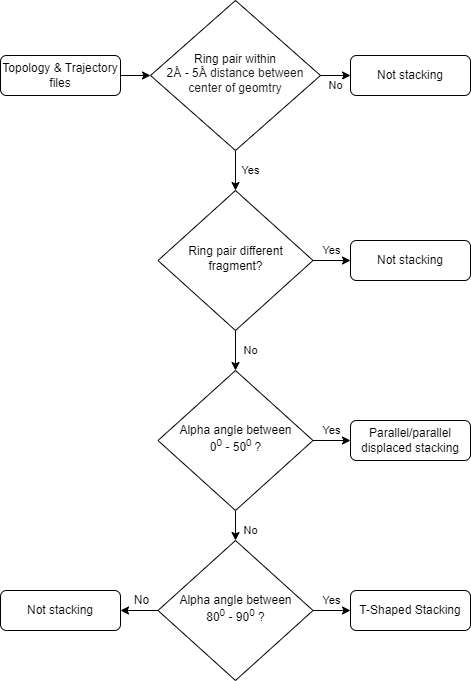
Earlier version of the draw.io export docs/work_flow.drawio.png (TristanSJones/armadillo). Source tidied: cells renumbered, new cells last; positions are measured from the earlier drawing's top-left corner, leaving out a move shared by most shapes. Source of this version:
```xml
<mxGraphModel>
  <root>
    <mxCell id="0" />
    <mxCell id="1" parent="0" />
    <mxCell id="2" style="edgeStyle=orthogonalEdgeStyle;rounded=0;jettySize=auto;html=1;exitX=1;exitY=0.5;exitDx=0;exitDy=0;entryX=0;entryY=0.5;entryDx=0;entryDy=0;" parent="1" edge="1" source="3" target="6">
      <mxGeometry relative="1" as="geometry" />
    </mxCell>
    <mxCell id="3" value="Topology &amp;amp; Trajectory files" style="rounded=1;whiteSpace=wrap;html=1;fontSize=12;glass=0;strokeWidth=1;shadow=0;" parent="1" vertex="1">
      <mxGeometry y="55" width="120" height="40" as="geometry" />
    </mxCell>
    <mxCell id="4" value="Yes" style="edgeStyle=orthogonalEdgeStyle;rounded=0;jettySize=auto;html=1;exitX=0.5;exitY=1;exitDx=0;exitDy=0;entryX=0.5;entryY=0;entryDx=0;entryDy=0;" parent="1" edge="1" source="6" target="10">
      <mxGeometry y="15" relative="1" as="geometry" />
    </mxCell>
    <mxCell id="5" value="No" style="edgeStyle=orthogonalEdgeStyle;rounded=0;jettySize=auto;html=1;exitX=1;exitY=0.5;exitDx=0;exitDy=0;" parent="1" edge="1" source="6" target="7">
      <mxGeometry y="10" relative="1" as="geometry" />
    </mxCell>
    <mxCell id="6" value="&lt;font style=&quot;font-size: 12px;&quot;&gt;Ring pair within &lt;br&gt;2&lt;span style=&quot;color: rgb(32, 33, 36); text-align: left; background-color: rgb(255, 255, 255);&quot;&gt;Å&amp;nbsp;&lt;/span&gt;- 5&lt;span style=&quot;color: rgb(32, 33, 36); text-align: left; background-color: rgb(255, 255, 255);&quot;&gt;Å distance between center of geomtry&lt;/span&gt;&lt;/font&gt;" style="rhombus;whiteSpace=wrap;html=1;shadow=0;fontFamily=Helvetica;fontSize=12;align=center;strokeWidth=1;spacing=6;spacingTop=-4;" parent="1" vertex="1">
      <mxGeometry x="150" width="170" height="150" as="geometry" />
    </mxCell>
    <mxCell id="7" value="Not stacking" style="rounded=1;whiteSpace=wrap;html=1;fontSize=12;glass=0;strokeWidth=1;shadow=0;" parent="1" vertex="1">
      <mxGeometry x="350" y="55" width="120" height="40" as="geometry" />
    </mxCell>
    <mxCell id="8" value="No" style="edgeStyle=orthogonalEdgeStyle;rounded=0;jettySize=auto;html=1;exitX=0.5;exitY=1;exitDx=0;exitDy=0;entryX=0.5;entryY=0;entryDx=0;entryDy=0;" parent="1" edge="1" source="10" target="14">
      <mxGeometry y="15" relative="1" as="geometry" />
    </mxCell>
    <mxCell id="9" value="Yes" style="edgeStyle=orthogonalEdgeStyle;rounded=0;jettySize=auto;html=1;exitX=1;exitY=0.5;exitDx=0;exitDy=0;entryX=0;entryY=0.5;entryDx=0;entryDy=0;" parent="1" edge="1" source="10" target="11">
      <mxGeometry x="-0.07" y="10" relative="1" as="geometry">
        <mxPoint x="1" as="offset" />
      </mxGeometry>
    </mxCell>
    <mxCell id="10" value="Ring pair different fragment?" style="rhombus;whiteSpace=wrap;html=1;shadow=0;fontFamily=Helvetica;fontSize=12;align=center;strokeWidth=1;spacing=6;spacingTop=-4;" parent="1" vertex="1">
      <mxGeometry x="157.5" y="190" width="155" height="140" as="geometry" />
    </mxCell>
    <mxCell id="11" value="Not stacking" style="rounded=1;whiteSpace=wrap;html=1;fontSize=12;glass=0;strokeWidth=1;shadow=0;" parent="1" vertex="1">
      <mxGeometry x="350" y="240" width="120" height="40" as="geometry" />
    </mxCell>
    <mxCell id="12" value="Yes" style="edgeStyle=orthogonalEdgeStyle;rounded=0;jettySize=auto;html=1;entryX=0;entryY=0.5;entryDx=0;entryDy=0;" parent="1" edge="1" source="14" target="15">
      <mxGeometry x="0.06" y="10" relative="1" as="geometry">
        <mxPoint y="-20" as="offset" />
      </mxGeometry>
    </mxCell>
    <mxCell id="13" value="No" style="edgeStyle=orthogonalEdgeStyle;rounded=0;jettySize=auto;html=1;exitX=0.5;exitY=1;exitDx=0;exitDy=0;entryX=0.5;entryY=0;entryDx=0;entryDy=0;" parent="1" edge="1" source="14" target="18">
      <mxGeometry x="0.33" y="15" relative="1" as="geometry" />
    </mxCell>
    <mxCell id="14" value="Alpha angle between &lt;br&gt;0&lt;sup&gt;0&lt;/sup&gt; - 50&lt;sup&gt;0&amp;nbsp;&lt;/sup&gt;?" style="rhombus;whiteSpace=wrap;html=1;shadow=0;fontFamily=Helvetica;fontSize=12;align=center;strokeWidth=1;spacing=6;spacingTop=-4;" parent="1" vertex="1">
      <mxGeometry x="157.5" y="370" width="155" height="140" as="geometry" />
    </mxCell>
    <mxCell id="15" value="Parallel/parallel displaced stacking" style="rounded=1;whiteSpace=wrap;html=1;fontSize=12;glass=0;strokeWidth=1;shadow=0;" parent="1" vertex="1">
      <mxGeometry x="350" y="420" width="120" height="40" as="geometry" />
    </mxCell>
    <mxCell id="16" value="Yes" style="edgeStyle=orthogonalEdgeStyle;rounded=0;jettySize=auto;html=1;entryX=0;entryY=0.5;entryDx=0;entryDy=0;" parent="1" edge="1" source="18" target="19">
      <mxGeometry x="0.06" y="10" relative="1" as="geometry">
        <mxPoint y="-20" as="offset" />
      </mxGeometry>
    </mxCell>
    <mxCell id="17" value="No" style="edgeStyle=orthogonalEdgeStyle;rounded=0;jettySize=auto;html=1;exitX=0;exitY=0.5;exitDx=0;exitDy=0;entryX=1;entryY=0.5;entryDx=0;entryDy=0;fontFamily=Helvetica;fontSize=12;" parent="1" edge="1" source="18" target="20">
      <mxGeometry x="-0.07" y="-10" relative="1" as="geometry" />
    </mxCell>
    <mxCell id="18" value="Alpha angle between &lt;br&gt;80&lt;sup&gt;0&lt;/sup&gt; - 90&lt;sup&gt;0&lt;/sup&gt; ?" style="rhombus;whiteSpace=wrap;html=1;shadow=0;fontFamily=Helvetica;fontSize=12;align=center;strokeWidth=1;spacing=6;spacingTop=-4;" parent="1" vertex="1">
      <mxGeometry x="157.5" y="540" width="155" height="140" as="geometry" />
    </mxCell>
    <mxCell id="19" value="T-Shaped Stacking" style="rounded=1;whiteSpace=wrap;html=1;fontSize=12;glass=0;strokeWidth=1;shadow=0;" parent="1" vertex="1">
      <mxGeometry x="350" y="590" width="120" height="40" as="geometry" />
    </mxCell>
    <mxCell id="20" value="Not stacking" style="rounded=1;whiteSpace=wrap;html=1;fontSize=12;glass=0;strokeWidth=1;shadow=0;" parent="1" vertex="1">
      <mxGeometry y="590" width="120" height="40" as="geometry" />
    </mxCell>
  </root>
</mxGraphModel>
```
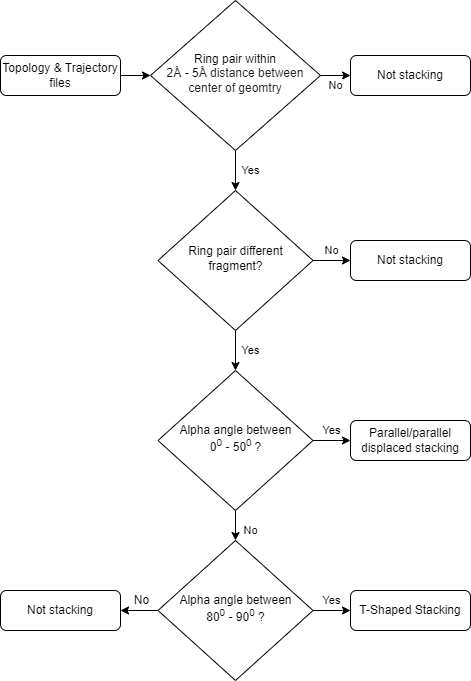
Above is the later version.

Commit message:
Workflow figure typo fix

Diff of the diagram source:
```diff
@@ -20,10 +20,10 @@
     <mxCell id="7" value="Not stacking" style="rounded=1;whiteSpace=wrap;html=1;fontSize=12;glass=0;strokeWidth=1;shadow=0;" parent="1" vertex="1">
       <mxGeometry x="350" y="55" width="120" height="40" as="geometry" />
     </mxCell>
-    <mxCell id="8" value="No" style="edgeStyle=orthogonalEdgeStyle;rounded=0;jettySize=auto;html=1;exitX=0.5;exitY=1;exitDx=0;exitDy=0;entryX=0.5;entryY=0;entryDx=0;entryDy=0;" parent="1" edge="1" source="10" target="14">
+    <mxCell id="8" value="Yes" style="edgeStyle=orthogonalEdgeStyle;rounded=0;jettySize=auto;html=1;exitX=0.5;exitY=1;exitDx=0;exitDy=0;entryX=0.5;entryY=0;entryDx=0;entryDy=0;" parent="1" edge="1" source="10" target="14">
       <mxGeometry y="15" relative="1" as="geometry" />
     </mxCell>
-    <mxCell id="9" value="Yes" style="edgeStyle=orthogonalEdgeStyle;rounded=0;jettySize=auto;html=1;exitX=1;exitY=0.5;exitDx=0;exitDy=0;entryX=0;entryY=0.5;entryDx=0;entryDy=0;" parent="1" edge="1" source="10" target="11">
+    <mxCell id="9" value="No" style="edgeStyle=orthogonalEdgeStyle;rounded=0;jettySize=auto;html=1;exitX=1;exitY=0.5;exitDx=0;exitDy=0;entryX=0;entryY=0.5;entryDx=0;entryDy=0;" parent="1" edge="1" source="10" target="11">
       <mxGeometry x="-0.07" y="10" relative="1" as="geometry">
         <mxPoint x="1" as="offset" />
       </mxGeometry>
```
